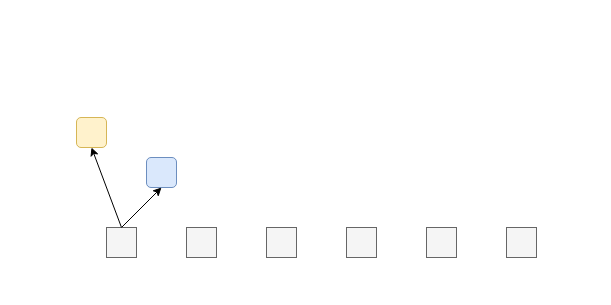
Above: bilstm.drawio in djher/test (draw.io), before the change. Source tidied: cells renumbered, new cells numbered last; positions are measured from the earlier drawing's top-left corner, leaving out a move shared by most shapes. Both pictures are drawn from the tidied source at 100%, with x=0, y=0 at pixel (76, 117).
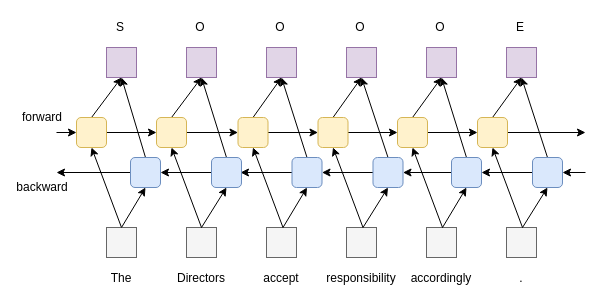
The same diagram, later.

Unchanged cells that the change refers to:
```xml
<mxCell id="10" style="rounded=1;whiteSpace=wrap;html=1;fillColor=#fff2cc;strokeColor=#d6b656;" parent="1" vertex="1">
  <mxGeometry width="30" height="30" as="geometry" />
</mxCell>
```

Change to the diagram source:
```diff
@@
+    <mxCell id="12" style="edgeStyle=none;rounded=0;jettySize=auto;html=1;exitX=1;exitY=0.5;exitDx=0;exitDy=0;entryX=0;entryY=0.5;entryDx=0;entryDy=0;startArrow=classic;startFill=1;endArrow=none;endFill=0;" parent="1" edge="1" source="9" target="21">
+      <mxGeometry relative="1" as="geometry" />
+    </mxCell>
+    <mxCell id="13" style="edgeStyle=none;rounded=0;jettySize=auto;html=1;exitX=0;exitY=0.5;exitDx=0;exitDy=0;startArrow=none;startFill=0;endArrow=classic;endFill=1;" parent="1" edge="1" source="9">
+      <mxGeometry relative="1" as="geometry">
+        <mxPoint x="-20" y="55" as="targetPoint" />
+      </mxGeometry>
+    </mxCell>
+    <mxCell id="14" style="edgeStyle=none;rounded=0;jettySize=auto;html=1;exitX=0.5;exitY=0;exitDx=0;exitDy=0;startArrow=none;startFill=0;endArrow=classic;endFill=1;entryX=0.5;entryY=1;entryDx=0;entryDy=0;" parent="1" edge="1" source="9" target="66">
+      <mxGeometry relative="1" as="geometry" />
+    </mxCell>
     <mxCell id="9" style="rounded=1;whiteSpace=wrap;html=1;fillColor=#dae8fc;strokeColor=#6c8ebf;" parent="1" vertex="1">
-      <mxGeometry x="70" y="40" width="30" height="30" as="geometry" />
+      <mxGeometry x="54" y="40" width="30" height="30" as="geometry" />
     </mxCell>
+    <mxCell id="15" style="edgeStyle=none;rounded=0;jettySize=auto;html=1;exitX=0;exitY=0.5;exitDx=0;exitDy=0;startArrow=classic;startFill=1;endArrow=none;endFill=0;" parent="1" edge="1" source="10">
+      <mxGeometry relative="1" as="geometry">
+        <mxPoint x="-20" y="15" as="targetPoint" />
+      </mxGeometry>
+    </mxCell>
+    <mxCell id="16" style="edgeStyle=none;rounded=0;jettySize=auto;html=1;exitX=1;exitY=0.5;exitDx=0;exitDy=0;entryX=0;entryY=0.5;entryDx=0;entryDy=0;startArrow=none;startFill=0;endArrow=classic;endFill=1;" parent="1" edge="1" source="10" target="24">
+      <mxGeometry relative="1" as="geometry" />
+    </mxCell>
+    <mxCell id="17" style="edgeStyle=none;rounded=0;jettySize=auto;html=1;exitX=0.5;exitY=0;exitDx=0;exitDy=0;entryX=0.5;entryY=1;entryDx=0;entryDy=0;startArrow=none;startFill=0;endArrow=classic;endFill=1;" parent="1" edge="1" source="10" target="66">
+      <mxGeometry relative="1" as="geometry" />
+    </mxCell>
@@
+    <mxCell id="18" style="rounded=0;jettySize=auto;html=1;exitX=0.5;exitY=0;exitDx=0;exitDy=0;entryX=0.5;entryY=1;entryDx=0;entryDy=0;" parent="1" edge="1" target="24">
+      <mxGeometry relative="1" as="geometry">
+        <mxPoint x="125" y="110" as="sourcePoint" />
+      </mxGeometry>
+    </mxCell>
+    <mxCell id="19" style="edgeStyle=none;rounded=0;jettySize=auto;html=1;exitX=1;exitY=0.5;exitDx=0;exitDy=0;entryX=0;entryY=0.5;entryDx=0;entryDy=0;startArrow=classic;startFill=1;endArrow=none;endFill=0;" parent="1" edge="1" target="29">
+      <mxGeometry relative="1" as="geometry">
+        <mxPoint x="164" y="55" as="sourcePoint" />
+      </mxGeometry>
+    </mxCell>
+    <mxCell id="20" style="edgeStyle=none;rounded=0;jettySize=auto;html=1;exitX=0.5;exitY=0;exitDx=0;exitDy=0;startArrow=none;startFill=0;endArrow=classic;endFill=1;entryX=0.5;entryY=1;entryDx=0;entryDy=0;" parent="1" edge="1" source="21" target="67">
+      <mxGeometry relative="1" as="geometry" />
+    </mxCell>
+    <mxCell id="21" style="rounded=1;whiteSpace=wrap;html=1;fillColor=#dae8fc;strokeColor=#6c8ebf;" parent="1" vertex="1">
+      <mxGeometry x="135" y="40" width="30" height="30" as="geometry" />
+    </mxCell>
+    <mxCell id="22" style="edgeStyle=none;rounded=0;jettySize=auto;html=1;exitX=1;exitY=0.5;exitDx=0;exitDy=0;entryX=0;entryY=0.5;entryDx=0;entryDy=0;startArrow=none;startFill=0;endArrow=classic;endFill=1;" parent="1" edge="1" source="24" target="32">
+      <mxGeometry relative="1" as="geometry" />
+    </mxCell>
+    <mxCell id="23" style="edgeStyle=none;rounded=0;jettySize=auto;html=1;exitX=0.5;exitY=0;exitDx=0;exitDy=0;entryX=0.5;entryY=1;entryDx=0;entryDy=0;startArrow=none;startFill=0;endArrow=classic;endFill=1;" parent="1" edge="1" source="24" target="67">
+      <mxGeometry relative="1" as="geometry" />
+    </mxCell>
+    <mxCell id="24" style="rounded=1;whiteSpace=wrap;html=1;fillColor=#fff2cc;strokeColor=#d6b656;" parent="1" vertex="1">
+      <mxGeometry x="80" width="30" height="30" as="geometry" />
+    </mxCell>
+    <mxCell id="25" style="endArrow=classic;html=1;exitX=0.5;exitY=0;exitDx=0;exitDy=0;entryX=0.5;entryY=1;entryDx=0;entryDy=0;" parent="1" edge="1" target="21">
+      <mxGeometry relative="1" as="geometry">
+        <mxPoint x="125" y="110" as="sourcePoint" />
+      </mxGeometry>
+    </mxCell>
+    <mxCell id="26" style="rounded=0;jettySize=auto;html=1;exitX=0.5;exitY=0;exitDx=0;exitDy=0;entryX=0.5;entryY=1;entryDx=0;entryDy=0;" parent="1" edge="1" target="32">
+      <mxGeometry relative="1" as="geometry">
+        <mxPoint x="206.5" y="110" as="sourcePoint" />
+      </mxGeometry>
+    </mxCell>
+    <mxCell id="27" style="edgeStyle=none;rounded=0;jettySize=auto;html=1;exitX=1;exitY=0.5;exitDx=0;exitDy=0;entryX=0;entryY=0.5;entryDx=0;entryDy=0;startArrow=classic;startFill=1;endArrow=none;endFill=0;" parent="1" edge="1" source="29" target="37">
+      <mxGeometry relative="1" as="geometry" />
+    </mxCell>
+    <mxCell id="28" style="edgeStyle=none;rounded=0;jettySize=auto;html=1;exitX=0.5;exitY=0;exitDx=0;exitDy=0;entryX=0.5;entryY=1;entryDx=0;entryDy=0;startArrow=none;startFill=0;endArrow=classic;endFill=1;" parent="1" edge="1" source="29" target="68">
+      <mxGeometry relative="1" as="geometry" />
+    </mxCell>
+    <mxCell id="29" style="rounded=1;whiteSpace=wrap;html=1;fillColor=#dae8fc;strokeColor=#6c8ebf;" parent="1" vertex="1">
+      <mxGeometry x="215.5" y="40" width="30" height="30" as="geometry" />
+    </mxCell>
+    <mxCell id="30" style="edgeStyle=none;rounded=0;jettySize=auto;html=1;exitX=1;exitY=0.5;exitDx=0;exitDy=0;entryX=0;entryY=0.5;entryDx=0;entryDy=0;startArrow=none;startFill=0;endArrow=classic;endFill=1;" parent="1" edge="1" source="32" target="40">
+      <mxGeometry relative="1" as="geometry" />
+    </mxCell>
+    <mxCell id="31" style="edgeStyle=none;rounded=0;jettySize=auto;html=1;exitX=0.5;exitY=0;exitDx=0;exitDy=0;entryX=0.5;entryY=1;entryDx=0;entryDy=0;startArrow=none;startFill=0;endArrow=classic;endFill=1;" parent="1" edge="1" source="32" target="68">
+      <mxGeometry relative="1" as="geometry" />
+    </mxCell>
+    <mxCell id="32" style="rounded=1;whiteSpace=wrap;html=1;fillColor=#fff2cc;strokeColor=#d6b656;" parent="1" vertex="1">
+      <mxGeometry x="161.5" width="30" height="30" as="geometry" />
+    </mxCell>
+    <mxCell id="33" style="endArrow=classic;html=1;exitX=0.5;exitY=0;exitDx=0;exitDy=0;entryX=0.5;entryY=1;entryDx=0;entryDy=0;" parent="1" edge="1" target="29">
+      <mxGeometry relative="1" as="geometry">
+        <mxPoint x="206.5" y="110" as="sourcePoint" />
+      </mxGeometry>
+    </mxCell>
+    <mxCell id="34" style="rounded=0;jettySize=auto;html=1;exitX=0.5;exitY=0;exitDx=0;exitDy=0;entryX=0.5;entryY=1;entryDx=0;entryDy=0;" parent="1" edge="1" target="40">
+      <mxGeometry relative="1" as="geometry">
+        <mxPoint x="286.5" y="110" as="sourcePoint" />
+      </mxGeometry>
+    </mxCell>
+    <mxCell id="35" style="edgeStyle=none;rounded=0;jettySize=auto;html=1;exitX=1;exitY=0.5;exitDx=0;exitDy=0;entryX=0;entryY=0.5;entryDx=0;entryDy=0;startArrow=classic;startFill=1;endArrow=none;endFill=0;" parent="1" edge="1" source="37" target="45">
+      <mxGeometry relative="1" as="geometry" />
+    </mxCell>
+    <mxCell id="36" style="edgeStyle=none;rounded=0;jettySize=auto;html=1;exitX=0.5;exitY=0;exitDx=0;exitDy=0;startArrow=none;startFill=0;endArrow=classic;endFill=1;entryX=0.5;entryY=1;entryDx=0;entryDy=0;" parent="1" edge="1" source="37" target="69">
+      <mxGeometry relative="1" as="geometry" />
+    </mxCell>
+    <mxCell id="37" style="rounded=1;whiteSpace=wrap;html=1;fillColor=#dae8fc;strokeColor=#6c8ebf;" parent="1" vertex="1">
+      <mxGeometry x="296.5" y="40" width="30" height="30" as="geometry" />
+    </mxCell>
+    <mxCell id="38" style="edgeStyle=none;rounded=0;jettySize=auto;html=1;exitX=1;exitY=0.5;exitDx=0;exitDy=0;entryX=0;entryY=0.5;entryDx=0;entryDy=0;startArrow=none;startFill=0;endArrow=classic;endFill=1;" parent="1" edge="1" source="40" target="48">
+      <mxGeometry relative="1" as="geometry" />
+    </mxCell>
+    <mxCell id="39" style="edgeStyle=none;rounded=0;jettySize=auto;html=1;exitX=0.5;exitY=0;exitDx=0;exitDy=0;entryX=0.5;entryY=1;entryDx=0;entryDy=0;startArrow=none;startFill=0;endArrow=classic;endFill=1;" parent="1" edge="1" source="40" target="69">
+      <mxGeometry relative="1" as="geometry" />
+    </mxCell>
+    <mxCell id="40" style="rounded=1;whiteSpace=wrap;html=1;fillColor=#fff2cc;strokeColor=#d6b656;" parent="1" vertex="1">
+      <mxGeometry x="241.5" width="30" height="30" as="geometry" />
+    </mxCell>
+    <mxCell id="41" style="endArrow=classic;html=1;exitX=0.5;exitY=0;exitDx=0;exitDy=0;entryX=0.5;entryY=1;entryDx=0;entryDy=0;" parent="1" edge="1" target="37">
+      <mxGeometry relative="1" as="geometry">
+        <mxPoint x="286.5" y="110" as="sourcePoint" />
+      </mxGeometry>
+    </mxCell>
+    <mxCell id="42" style="rounded=0;jettySize=auto;html=1;exitX=0.5;exitY=0;exitDx=0;exitDy=0;entryX=0.5;entryY=1;entryDx=0;entryDy=0;" parent="1" edge="1" target="48">
+      <mxGeometry relative="1" as="geometry">
+        <mxPoint x="366" y="110" as="sourcePoint" />
+      </mxGeometry>
+    </mxCell>
+    <mxCell id="43" style="edgeStyle=none;rounded=0;jettySize=auto;html=1;exitX=1;exitY=0.5;exitDx=0;exitDy=0;entryX=0;entryY=0.5;entryDx=0;entryDy=0;startArrow=classic;startFill=1;endArrow=none;endFill=0;" parent="1" edge="1" source="45" target="53">
+      <mxGeometry relative="1" as="geometry" />
+    </mxCell>
+    <mxCell id="44" style="edgeStyle=none;rounded=0;jettySize=auto;html=1;exitX=0.5;exitY=0;exitDx=0;exitDy=0;entryX=0.5;entryY=1;entryDx=0;entryDy=0;startArrow=none;startFill=0;endArrow=classic;endFill=1;" parent="1" edge="1" source="45" target="70">
+      <mxGeometry relative="1" as="geometry" />
+    </mxCell>
+    <mxCell id="45" style="rounded=1;whiteSpace=wrap;html=1;fillColor=#dae8fc;strokeColor=#6c8ebf;" parent="1" vertex="1">
+      <mxGeometry x="375" y="40" width="30" height="30" as="geometry" />
+    </mxCell>
+    <mxCell id="46" style="edgeStyle=none;rounded=0;jettySize=auto;html=1;exitX=1;exitY=0.5;exitDx=0;exitDy=0;entryX=0;entryY=0.5;entryDx=0;entryDy=0;startArrow=none;startFill=0;endArrow=classic;endFill=1;" parent="1" edge="1" source="48" target="56">
+      <mxGeometry relative="1" as="geometry" />
+    </mxCell>
+    <mxCell id="47" style="edgeStyle=none;rounded=0;jettySize=auto;html=1;exitX=0.5;exitY=0;exitDx=0;exitDy=0;entryX=0.5;entryY=1;entryDx=0;entryDy=0;startArrow=none;startFill=0;endArrow=classic;endFill=1;" parent="1" edge="1" source="48" target="70">
+      <mxGeometry relative="1" as="geometry" />
+    </mxCell>
+    <mxCell id="48" style="rounded=1;whiteSpace=wrap;html=1;fillColor=#fff2cc;strokeColor=#d6b656;" parent="1" vertex="1">
+      <mxGeometry x="321" width="30" height="30" as="geometry" />
+    </mxCell>
+    <mxCell id="49" style="endArrow=classic;html=1;exitX=0.5;exitY=0;exitDx=0;exitDy=0;entryX=0.5;entryY=1;entryDx=0;entryDy=0;" parent="1" edge="1" target="45">
+      <mxGeometry relative="1" as="geometry">
+        <mxPoint x="366" y="110" as="sourcePoint" />
+      </mxGeometry>
+    </mxCell>
+    <mxCell id="50" style="rounded=0;jettySize=auto;html=1;exitX=0.5;exitY=0;exitDx=0;exitDy=0;entryX=0.5;entryY=1;entryDx=0;entryDy=0;" parent="1" edge="1" target="56">
+      <mxGeometry relative="1" as="geometry">
+        <mxPoint x="446" y="110" as="sourcePoint" />
+      </mxGeometry>
+    </mxCell>
+    <mxCell id="51" style="edgeStyle=none;rounded=0;jettySize=auto;html=1;exitX=1;exitY=0.5;exitDx=0;exitDy=0;startArrow=classic;startFill=1;endArrow=none;endFill=0;" parent="1" edge="1" source="53">
+      <mxGeometry relative="1" as="geometry">
+        <mxPoint x="509" y="55" as="targetPoint" />
+      </mxGeometry>
+    </mxCell>
+    <mxCell id="52" style="edgeStyle=none;rounded=0;jettySize=auto;html=1;exitX=0.5;exitY=0;exitDx=0;exitDy=0;entryX=0.5;entryY=1;entryDx=0;entryDy=0;startArrow=none;startFill=0;endArrow=classic;endFill=1;" parent="1" edge="1" source="53" target="71">
+      <mxGeometry relative="1" as="geometry" />
+    </mxCell>
+    <mxCell id="53" style="rounded=1;whiteSpace=wrap;html=1;fillColor=#dae8fc;strokeColor=#6c8ebf;" parent="1" vertex="1">
+      <mxGeometry x="456" y="40" width="30" height="30" as="geometry" />
+    </mxCell>
+    <mxCell id="54" style="edgeStyle=none;rounded=0;jettySize=auto;html=1;exitX=1;exitY=0.5;exitDx=0;exitDy=0;startArrow=none;startFill=0;endArrow=classic;endFill=1;" parent="1" edge="1" source="56">
+      <mxGeometry relative="1" as="geometry">
+        <mxPoint x="509" y="15" as="targetPoint" />
+      </mxGeometry>
+    </mxCell>
+    <mxCell id="55" style="edgeStyle=none;rounded=0;jettySize=auto;html=1;exitX=0.5;exitY=0;exitDx=0;exitDy=0;entryX=0.5;entryY=1;entryDx=0;entryDy=0;startArrow=none;startFill=0;endArrow=classic;endFill=1;" parent="1" edge="1" source="56" target="71">
+      <mxGeometry relative="1" as="geometry" />
+    </mxCell>
+    <mxCell id="56" style="rounded=1;whiteSpace=wrap;html=1;fillColor=#fff2cc;strokeColor=#d6b656;" parent="1" vertex="1">
+      <mxGeometry x="401" width="30" height="30" as="geometry" />
+    </mxCell>
+    <mxCell id="57" style="endArrow=classic;html=1;exitX=0.5;exitY=0;exitDx=0;exitDy=0;entryX=0.5;entryY=1;entryDx=0;entryDy=0;" parent="1" edge="1" target="53">
+      <mxGeometry relative="1" as="geometry">
+        <mxPoint x="446" y="110" as="sourcePoint" />
+      </mxGeometry>
+    </mxCell>
+    <mxCell id="58" value="The" style="text;html=1;strokeColor=none;fillColor=none;align=center;verticalAlign=middle;whiteSpace=wrap;rounded=0;" parent="1" vertex="1">
+      <mxGeometry x="25" y="151" width="40" height="20" as="geometry" />
+    </mxCell>
+    <mxCell id="59" value="Directors" style="text;html=1;strokeColor=none;fillColor=none;align=center;verticalAlign=middle;whiteSpace=wrap;rounded=0;" parent="1" vertex="1">
+      <mxGeometry x="105" y="151" width="40" height="20" as="geometry" />
+    </mxCell>
+    <mxCell id="60" value="accept" style="text;html=1;strokeColor=none;fillColor=none;align=center;verticalAlign=middle;whiteSpace=wrap;rounded=0;" parent="1" vertex="1">
+      <mxGeometry x="185" y="151" width="40" height="20" as="geometry" />
+    </mxCell>
+    <mxCell id="61" value="responsibility" style="text;html=1;strokeColor=none;fillColor=none;align=center;verticalAlign=middle;whiteSpace=wrap;rounded=0;" parent="1" vertex="1">
+      <mxGeometry x="265" y="151" width="40" height="20" as="geometry" />
+    </mxCell>
+    <mxCell id="62" value="accordingly" style="text;html=1;strokeColor=none;fillColor=none;align=center;verticalAlign=middle;whiteSpace=wrap;rounded=0;" parent="1" vertex="1">
+      <mxGeometry x="345" y="151" width="40" height="20" as="geometry" />
+    </mxCell>
+    <mxCell id="63" value="." style="text;html=1;strokeColor=none;fillColor=none;align=center;verticalAlign=middle;whiteSpace=wrap;rounded=0;" parent="1" vertex="1">
+      <mxGeometry x="425" y="151" width="40" height="20" as="geometry" />
+    </mxCell>
+    <mxCell id="64" value="backward" style="text;html=1;strokeColor=none;fillColor=none;align=center;verticalAlign=middle;whiteSpace=wrap;rounded=0;" parent="1" vertex="1">
+      <mxGeometry x="-54" y="60" width="40" height="20" as="geometry" />
+    </mxCell>
+    <mxCell id="65" value="forward" style="text;html=1;strokeColor=none;fillColor=none;align=center;verticalAlign=middle;whiteSpace=wrap;rounded=0;" parent="1" vertex="1">
+      <mxGeometry x="-54" y="-10" width="40" height="20" as="geometry" />
+    </mxCell>
+    <mxCell id="66" style="whiteSpace=wrap;html=1;fillColor=#e1d5e7;strokeColor=#9673a6;" parent="1" vertex="1">
+      <mxGeometry x="30" y="-70" width="30" height="30" as="geometry" />
+    </mxCell>
+    <mxCell id="67" style="whiteSpace=wrap;html=1;fillColor=#e1d5e7;strokeColor=#9673a6;" parent="1" vertex="1">
+      <mxGeometry x="110" y="-70" width="30" height="30" as="geometry" />
+    </mxCell>
+    <mxCell id="68" style="whiteSpace=wrap;html=1;fillColor=#e1d5e7;strokeColor=#9673a6;" parent="1" vertex="1">
+      <mxGeometry x="190" y="-70" width="30" height="30" as="geometry" />
+    </mxCell>
+    <mxCell id="69" style="whiteSpace=wrap;html=1;fillColor=#e1d5e7;strokeColor=#9673a6;" parent="1" vertex="1">
+      <mxGeometry x="270" y="-70" width="30" height="30" as="geometry" />
+    </mxCell>
+    <mxCell id="70" style="whiteSpace=wrap;html=1;fillColor=#e1d5e7;strokeColor=#9673a6;" parent="1" vertex="1">
+      <mxGeometry x="350" y="-70" width="30" height="30" as="geometry" />
+    </mxCell>
+    <mxCell id="71" style="whiteSpace=wrap;html=1;fillColor=#e1d5e7;strokeColor=#9673a6;" parent="1" vertex="1">
+      <mxGeometry x="430" y="-70" width="30" height="30" as="geometry" />
+    </mxCell>
+    <mxCell id="72" value="S" style="text;html=1;strokeColor=none;fillColor=none;align=center;verticalAlign=middle;whiteSpace=wrap;rounded=0;" parent="1" vertex="1">
+      <mxGeometry x="24" y="-100" width="40" height="20" as="geometry" />
+    </mxCell>
+    <mxCell id="73" value="O" style="text;html=1;strokeColor=none;fillColor=none;align=center;verticalAlign=middle;whiteSpace=wrap;rounded=0;" parent="1" vertex="1">
+      <mxGeometry x="104" y="-100" width="40" height="20" as="geometry" />
+    </mxCell>
+    <mxCell id="74" value="O" style="text;html=1;strokeColor=none;fillColor=none;align=center;verticalAlign=middle;whiteSpace=wrap;rounded=0;" parent="1" vertex="1">
+      <mxGeometry x="184" y="-100" width="40" height="20" as="geometry" />
+    </mxCell>
+    <mxCell id="75" value="O" style="text;html=1;strokeColor=none;fillColor=none;align=center;verticalAlign=middle;whiteSpace=wrap;rounded=0;" parent="1" vertex="1">
+      <mxGeometry x="264" y="-100" width="40" height="20" as="geometry" />
+    </mxCell>
+    <mxCell id="76" value="O" style="text;html=1;strokeColor=none;fillColor=none;align=center;verticalAlign=middle;whiteSpace=wrap;rounded=0;" parent="1" vertex="1">
+      <mxGeometry x="344" y="-100" width="40" height="20" as="geometry" />
+    </mxCell>
+    <mxCell id="77" value="E" style="text;html=1;strokeColor=none;fillColor=none;align=center;verticalAlign=middle;whiteSpace=wrap;rounded=0;" parent="1" vertex="1">
+      <mxGeometry x="424" y="-100" width="40" height="20" as="geometry" />
+    </mxCell>
```
